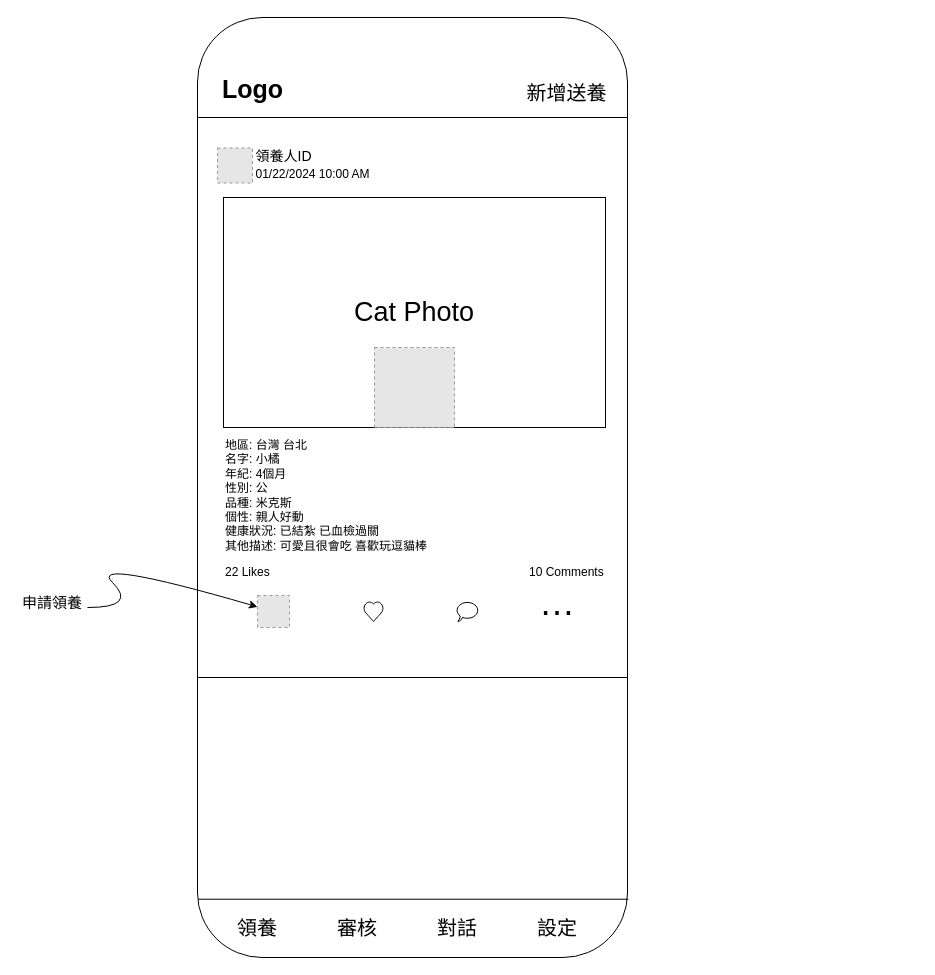
The draw.io diagram page "領養頁面" (3 of 7) of MyApps/PetAdotion.drawio in vinceliao99/MyDiagrams, before the edit. Source tidied: cells renumbered, new cells numbered last; positions are measured from the earlier drawing's top-left corner, leaving out a move shared by most shapes. Both pictures are drawn from the tidied source at 100%, with x=0, y=0 at pixel (17, 17). Pictures stored in the file or linked from it are replaced by grey dashed boxes.
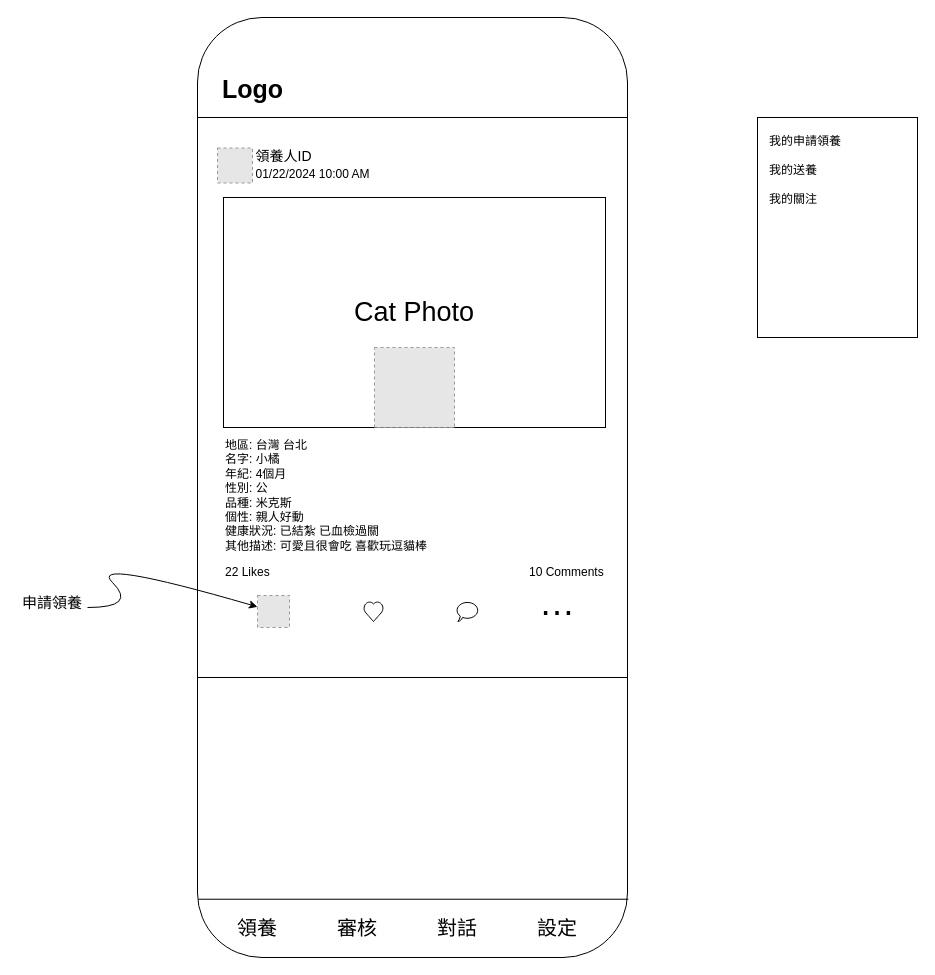
After the change.

Change to the diagram source:
```diff
@@
-    <mxCell id="27" value="&lt;font style=&quot;font-size: 20px;&quot;&gt;新增送養&lt;/font&gt;" style="text;html=1;strokeColor=none;fillColor=none;align=center;verticalAlign=middle;whiteSpace=wrap;rounded=0;" parent="1" vertex="1">
-      <mxGeometry x="500" y="60" width="99" height="30" as="geometry" />
-    </mxCell>
+    <mxCell id="28" style="sketch=0;shadow=0;dashed=0;html=1;strokeColor=none;labelPosition=center;verticalLabelPosition=bottom;verticalAlign=top;align=center;fillColor=#ffffff;shape=mxgraph.mscae.enterprise.filter;" parent="1" vertex="1">
+      <mxGeometry x="510" y="60.3" width="33" height="29.7" as="geometry" />
+    </mxCell>
+    <mxCell id="29" style="html=1;verticalLabelPosition=bottom;align=center;labelBackgroundColor=#ffffff;verticalAlign=top;strokeWidth=2;strokeColor=#ffffff;shadow=0;dashed=0;shape=mxgraph.ios7.icons.add;" parent="1" vertex="1">
+      <mxGeometry x="560" y="60" width="30" height="30" as="geometry" />
+    </mxCell>
+    <mxCell id="30" style="rounded=0;whiteSpace=wrap;html=1;" parent="1" vertex="1">
+      <mxGeometry x="740" y="100" width="160" height="220" as="geometry" />
+    </mxCell>
+    <mxCell id="31" value="我的申請領養&lt;br&gt;&lt;br&gt;我的送養&lt;br&gt;&lt;br&gt;我的關注&lt;br&gt;&lt;br&gt;" style="text;html=1;strokeColor=none;fillColor=none;align=left;verticalAlign=top;whiteSpace=wrap;rounded=0;" parent="1" vertex="1">
+      <mxGeometry x="750" y="110" width="120" height="30" as="geometry" />
+    </mxCell>
```
